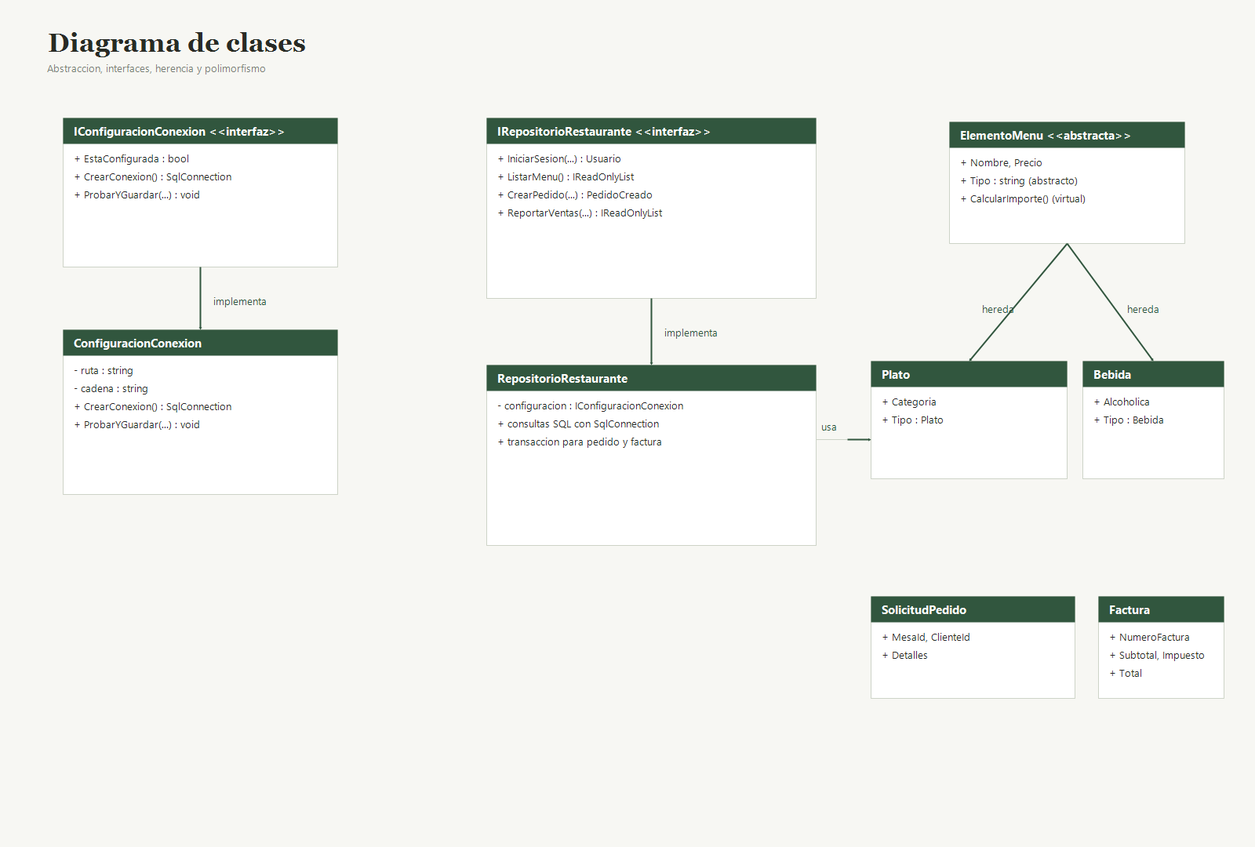
Above: restaurante2/Diagramas/DiagramaClases.png in ivanc-93/restaurante (Mermaid), before the change. Its source is kept beside it as restaurante2/Diagramas/DiagramaClases.mmd. Source of this version:
```mermaid
classDiagram
    class IConfiguracionConexion {
        <<interface>>
        +bool EstaConfigurada
        +CrearConexion() SqlConnection
        +ProbarYGuardar(servidor, puerto, baseDatos, usuario, contrasena, confiarCertificado) void
    }
    class ConfiguracionConexion {
        -string _ruta
        -string _cadena
        +bool EstaConfigurada
        +CrearConexion() SqlConnection
        +ProbarYGuardar(servidor, puerto, baseDatos, usuario, contrasena, confiarCertificado) void
    }
    class IRepositorioRestaurante {
        <<interface>>
        +IniciarSesion(usuario, contrasena) UsuarioAutenticado
        +ObtenerResumen() ResumenRestaurante
        +ListarMesas() IReadOnlyList
        +CrearMesa(numero, capacidad) void
        +ActualizarMesa(id, numero, capacidad, estado) void
        +EliminarMesa(id) void
        +ListarMenu() IReadOnlyList
        +ListarClientes() IReadOnlyList
        +ListarPedidos() IReadOnlyList
        +ObtenerPedidoAbierto(mesaId) PedidoResumen
        +ListarDetallesPedido(pedidoId) IReadOnlyList
        +CrearPedido(solicitud) PedidoCreado
        +AgregarProductoAPedido(pedidoId, menuId, cantidad) decimal
        +FacturarPedido(pedidoId) string
        +ReportarVentas(desde, hasta) IReadOnlyList
        +ReportarPlatosMasVendidos() IReadOnlyList
    }
    class RepositorioRestaurante {
        -IConfiguracionConexion configuracion
        +IniciarSesion(usuario, contrasena) UsuarioAutenticado
        +CrearPedido(solicitud) PedidoCreado
        +ObtenerPedidoAbierto(mesaId) PedidoResumen
        +ListarDetallesPedido(pedidoId) IReadOnlyList
        +AgregarProductoAPedido(pedidoId, menuId, cantidad) decimal
        +FacturarPedido(pedidoId) string
        +ReportarVentas(desde, hasta) IReadOnlyList
        +CrearMesa(numero, capacidad) void
        +ActualizarMesa(id, numero, capacidad, estado) void
        +EliminarMesa(id) void
    }
    class ElementoMenu {
        <<abstract>>
        +int Id
        +string Nombre
        +string Categoria
        +decimal Precio
        +string Tipo*
        +CalcularImporte(cantidad) decimal*
    }
    class Plato {
        +string Tipo
        +CalcularImporte(cantidad) decimal
    }
    class Bebida {
        +bool Alcoholica
        +string Tipo
        +CalcularImporte(cantidad) decimal
    }
    class Mesa {
        +int Id
        +int Numero
        +int Capacidad
        +string Estado
    }
    class Cliente {
        +int Id
        +string Nombre
        +string Telefono
        +string Correo
    }
    class SolicitudPedido {
        +int MesaId
        +int ClienteId
        +IReadOnlyList~DetallePedidoSolicitud~ Detalles
    }
    class DetallePedidoSolicitud {
        +int PlatoId
        +int Cantidad
    }
    class FormularioAcceso {
        -IRepositorioRestaurante repositorio
        -IConfiguracionConexion configuracion
        +UsuarioAutenticado UsuarioActual
        -IniciarSesion() void
    }
    class FormularioPrincipal {
        -IRepositorioRestaurante repositorio
        -IConfiguracionConexion configuracion
        -UsuarioAutenticado usuario
        +MostrarInicio() void
        +MostrarPedidos() void
        +MostrarMenuMesas() void
        +MostrarReportes() void
        +MostrarConexion() void
    }
    class FormularioDetalleMesa {
        -IRepositorioRestaurante repositorio
        -Mesa mesa
        -PedidoResumen pedido
        -CargarPedido() void
        +AgregarProducto() void
        +FacturarPedido() void
    }
    class PedidoResumen {
        +int Id
        +int NumeroMesa
        +string Estado
        +decimal Total
        +string NumeroFactura
    }
    class DetallePedidoResumen {
        +string Producto
        +string Tipo
        +int Cantidad
        +decimal PrecioUnitario
        +decimal Importe
    }
    class UsuarioAutenticado {
        +string Nombre
        +string Rol
    }
    class Factura {
        +string NumeroFactura
        +decimal Subtotal
        +decimal Impuesto
        +decimal Total
    }
    IConfiguracionConexion <|.. ConfiguracionConexion
    IRepositorioRestaurante <|.. RepositorioRestaurante
    ElementoMenu <|-- Plato
    ElementoMenu <|-- Bebida
    RepositorioRestaurante --> IConfiguracionConexion
    FormularioAcceso --> IRepositorioRestaurante
    FormularioAcceso --> IConfiguracionConexion
    FormularioPrincipal --> IRepositorioRestaurante
    FormularioPrincipal --> IConfiguracionConexion
    FormularioPrincipal --> UsuarioAutenticado
    FormularioDetalleMesa --> IRepositorioRestaurante
    FormularioDetalleMesa --> Mesa
    FormularioDetalleMesa --> PedidoResumen
    SolicitudPedido *-- DetallePedidoSolicitud
    FormularioAcceso --> UsuarioAutenticado
    IRepositorioRestaurante ..> SolicitudPedido
    IRepositorioRestaurante ..> ElementoMenu
```
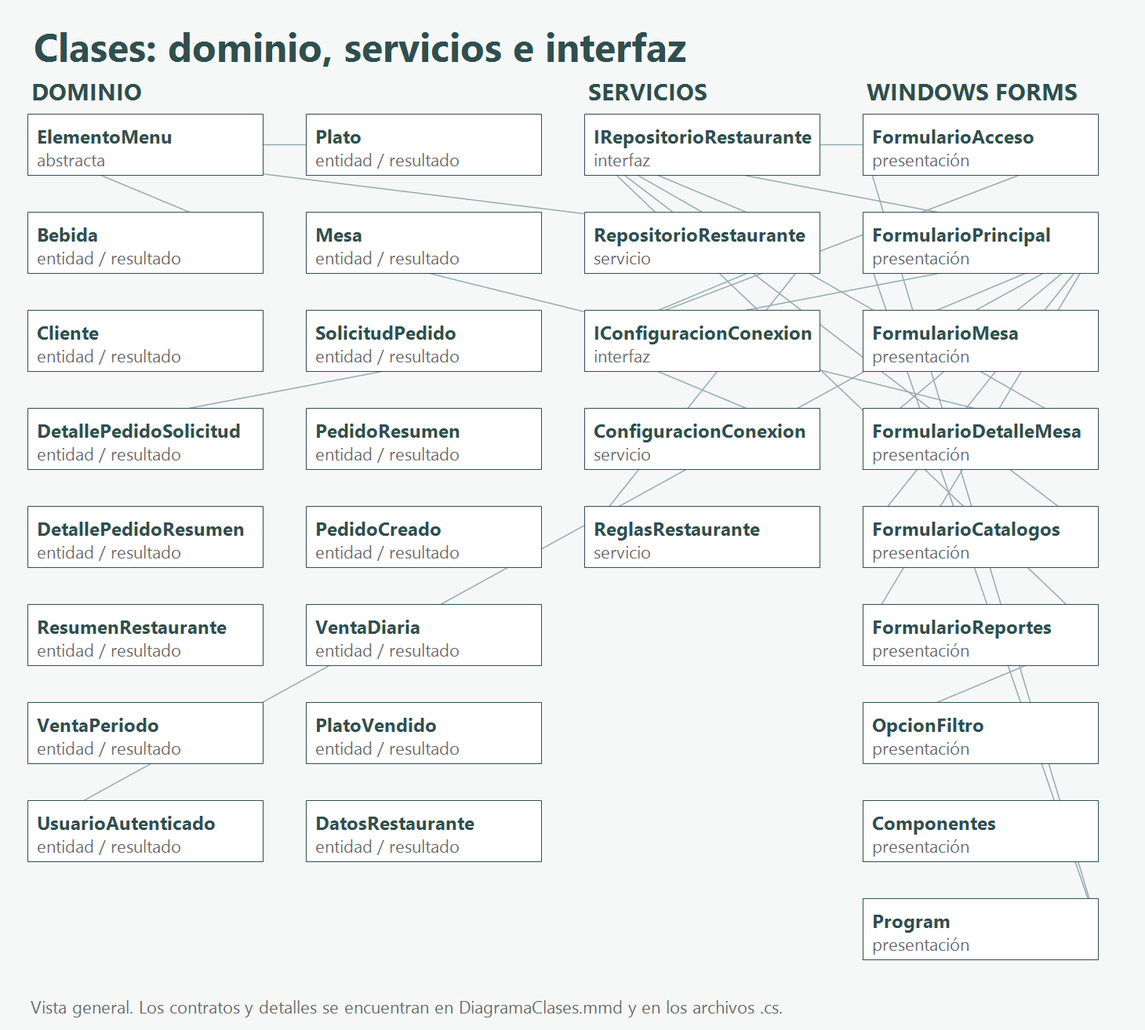
Above is the later version.

Diff of the diagram source:
```diff
@@ -1,4 +1,62 @@
 classDiagram
+    class ElementoMenu {
+        <<abstract>>
+        +int Id
+        +string Nombre
+        +string Categoria
+        +decimal Precio
+        +string Tipo*
+        +CalcularImporte(int cantidad) decimal
+    }
+    class Plato {
+        +string Tipo
+    }
+    class Bebida {
+        +bool Alcoholica
+        +string Tipo
+    }
+    class Mesa
+    class Cliente
+    class SolicitudPedido
+    class DetallePedidoSolicitud
+    class PedidoResumen
+    class DetallePedidoResumen
+    class PedidoCreado
+    class ResumenRestaurante
+    class VentaDiaria
+    class VentaPeriodo
+    class PlatoVendido
+    class UsuarioAutenticado
+    class DatosRestaurante
+    class IRepositorioRestaurante {
+        <<interface>>
+        +IniciarSesion(usuario, contrasena) UsuarioAutenticado
+        +ObtenerRestaurante() DatosRestaurante
+        +GuardarRestaurante(nombre, ubicacion) void
+        +ListarClientes() IReadOnlyList
+        +ListarClientesHistoricos() IReadOnlyList
+        +GuardarCliente(id, nombre, telefono, correo) void
+        +DesactivarCliente(id) void
+        +ListarMenu() IReadOnlyList
+        +GuardarProducto(id, nombre, categoria, tipo, precio, alcoholica) void
+        +DesactivarProducto(id) void
+        +ListarMesas() IReadOnlyList
+        +CrearMesa(numero, capacidad) void
+        +ActualizarMesa(id, numero, capacidad, estado) void
+        +EliminarMesa(id) void
+        +ObtenerResumen() ResumenRestaurante
+        +ListarPedidos() IReadOnlyList
+        +ObtenerPedidoAbierto(mesaId) PedidoResumen
+        +ListarDetallesPedido(pedidoId) IReadOnlyList
+        +CrearPedido(solicitud) PedidoCreado
+        +AgregarProductoAPedido(pedidoId, menuId, cantidad) decimal
+        +FacturarPedido(pedidoId) string
+        +ReportarVentas(desde, hasta) IReadOnlyList
+        +ReportarVentasPeriodo(desde, hasta, agrupacion) IReadOnlyList
+        +ReportarPedidos(desde, hasta, mesaId, clienteId) IReadOnlyList
+        +ReportarPlatosMasVendidos(desde, hasta) IReadOnlyList
+    }
+    class RepositorioRestaurante
     class IConfiguracionConexion {
         <<interface>>
         +bool EstaConfigurada
@@ -6,145 +64,54 @@
         +ProbarYGuardar(servidor, puerto, baseDatos, usuario, contrasena, confiarCertificado) void
     }
     class ConfiguracionConexion {
-        -string _ruta
-        -string _cadena
-        +bool EstaConfigurada
-        +CrearConexion() SqlConnection
-        +ProbarYGuardar(servidor, puerto, baseDatos, usuario, contrasena, confiarCertificado) void
+        +string ErrorCarga
     }
-    class IRepositorioRestaurante {
-        <<interface>>
-        +IniciarSesion(usuario, contrasena) UsuarioAutenticado
-        +ObtenerResumen() ResumenRestaurante
-        +ListarMesas() IReadOnlyList
-        +CrearMesa(numero, capacidad) void
-        +ActualizarMesa(id, numero, capacidad, estado) void
-        +EliminarMesa(id) void
-        +ListarMenu() IReadOnlyList
-        +ListarClientes() IReadOnlyList
-        +ListarPedidos() IReadOnlyList
-        +ObtenerPedidoAbierto(mesaId) PedidoResumen
-        +ListarDetallesPedido(pedidoId) IReadOnlyList
-        +CrearPedido(solicitud) PedidoCreado
-        +AgregarProductoAPedido(pedidoId, menuId, cantidad) decimal
-        +FacturarPedido(pedidoId) string
-        +ReportarVentas(desde, hasta) IReadOnlyList
-        +ReportarPlatosMasVendidos() IReadOnlyList
+    class ReglasRestaurante {
+        <<static>>
+        +Texto(valor, campo, maximo) string
+        +Cliente(nombre, telefono, correo) void
+        +Producto(nombre, categoria, tipo, precio, alcoholica) void
+        +Fechas(desde, hasta) ValueTuple
+        +InicioPeriodo(fecha, agrupacion) DateTime
     }
-    class RepositorioRestaurante {
-        -IConfiguracionConexion configuracion
-        +IniciarSesion(usuario, contrasena) UsuarioAutenticado
-        +CrearPedido(solicitud) PedidoCreado
-        +ObtenerPedidoAbierto(mesaId) PedidoResumen
-        +ListarDetallesPedido(pedidoId) IReadOnlyList
-        +AgregarProductoAPedido(pedidoId, menuId, cantidad) decimal
-        +FacturarPedido(pedidoId) string
-        +ReportarVentas(desde, hasta) IReadOnlyList
-        +CrearMesa(numero, capacidad) void
-        +ActualizarMesa(id, numero, capacidad, estado) void
-        +EliminarMesa(id) void
+    class FormularioAcceso
+    class FormularioPrincipal {
+        +bool SesionCerrada
+        -MostrarInicio() Task
+        -MostrarPedidos() Task
+        -MostrarMenuMesas() Task
+        -MostrarReportes() Task
+        -MostrarCatalogos() Task
+        -MostrarConexion() Task
     }
-    class ElementoMenu {
-        <<abstract>>
-        +int Id
-        +string Nombre
-        +string Categoria
-        +decimal Precio
-        +string Tipo*
-        +CalcularImporte(cantidad) decimal*
-    }
-    class Plato {
-        +string Tipo
-        +CalcularImporte(cantidad) decimal
-    }
-    class Bebida {
-        +bool Alcoholica
-        +string Tipo
-        +CalcularImporte(cantidad) decimal
-    }
-    class Mesa {
-        +int Id
-        +int Numero
-        +int Capacidad
-        +string Estado
-    }
-    class Cliente {
-        +int Id
-        +string Nombre
-        +string Telefono
-        +string Correo
-    }
-    class SolicitudPedido {
-        +int MesaId
-        +int ClienteId
-        +IReadOnlyList~DetallePedidoSolicitud~ Detalles
-    }
-    class DetallePedidoSolicitud {
-        +int PlatoId
-        +int Cantidad
-    }
-    class FormularioAcceso {
-        -IRepositorioRestaurante repositorio
-        -IConfiguracionConexion configuracion
-        +UsuarioAutenticado UsuarioActual
-        -IniciarSesion() void
-    }
-    class FormularioPrincipal {
-        -IRepositorioRestaurante repositorio
-        -IConfiguracionConexion configuracion
-        -UsuarioAutenticado usuario
-        +MostrarInicio() void
-        +MostrarPedidos() void
-        +MostrarMenuMesas() void
-        +MostrarReportes() void
-        +MostrarConexion() void
-    }
-    class FormularioDetalleMesa {
-        -IRepositorioRestaurante repositorio
-        -Mesa mesa
-        -PedidoResumen pedido
-        -CargarPedido() void
-        +AgregarProducto() void
-        +FacturarPedido() void
-    }
-    class PedidoResumen {
-        +int Id
-        +int NumeroMesa
-        +string Estado
-        +decimal Total
-        +string NumeroFactura
-    }
-    class DetallePedidoResumen {
-        +string Producto
-        +string Tipo
-        +int Cantidad
-        +decimal PrecioUnitario
-        +decimal Importe
-    }
-    class UsuarioAutenticado {
-        +string Nombre
-        +string Rol
-    }
-    class Factura {
-        +string NumeroFactura
-        +decimal Subtotal
-        +decimal Impuesto
-        +decimal Total
-    }
-    IConfiguracionConexion <|.. ConfiguracionConexion
-    IRepositorioRestaurante <|.. RepositorioRestaurante
+    class FormularioMesa
+    class FormularioDetalleMesa
+    class FormularioCatalogos
+    class FormularioReportes
+    class OpcionFiltro
+    class Componentes
+    class Program
     ElementoMenu <|-- Plato
     ElementoMenu <|-- Bebida
+    IRepositorioRestaurante <|.. RepositorioRestaurante
+    IConfiguracionConexion <|.. ConfiguracionConexion
     RepositorioRestaurante --> IConfiguracionConexion
+    RepositorioRestaurante --> ReglasRestaurante
+    RepositorioRestaurante ..> ElementoMenu
+    SolicitudPedido *-- DetallePedidoSolicitud
     FormularioAcceso --> IRepositorioRestaurante
     FormularioAcceso --> IConfiguracionConexion
     FormularioPrincipal --> IRepositorioRestaurante
     FormularioPrincipal --> IConfiguracionConexion
     FormularioPrincipal --> UsuarioAutenticado
+    FormularioPrincipal ..> FormularioMesa
+    FormularioPrincipal ..> FormularioDetalleMesa
+    FormularioPrincipal ..> FormularioCatalogos
+    FormularioPrincipal ..> FormularioReportes
     FormularioDetalleMesa --> IRepositorioRestaurante
     FormularioDetalleMesa --> Mesa
-    FormularioDetalleMesa --> PedidoResumen
-    SolicitudPedido *-- DetallePedidoSolicitud
-    FormularioAcceso --> UsuarioAutenticado
-    IRepositorioRestaurante ..> SolicitudPedido
-    IRepositorioRestaurante ..> ElementoMenu
+    FormularioCatalogos --> IRepositorioRestaurante
+    FormularioReportes --> IRepositorioRestaurante
+    FormularioReportes ..> OpcionFiltro
+    Program ..> FormularioAcceso
+    Program ..> FormularioPrincipal
```
